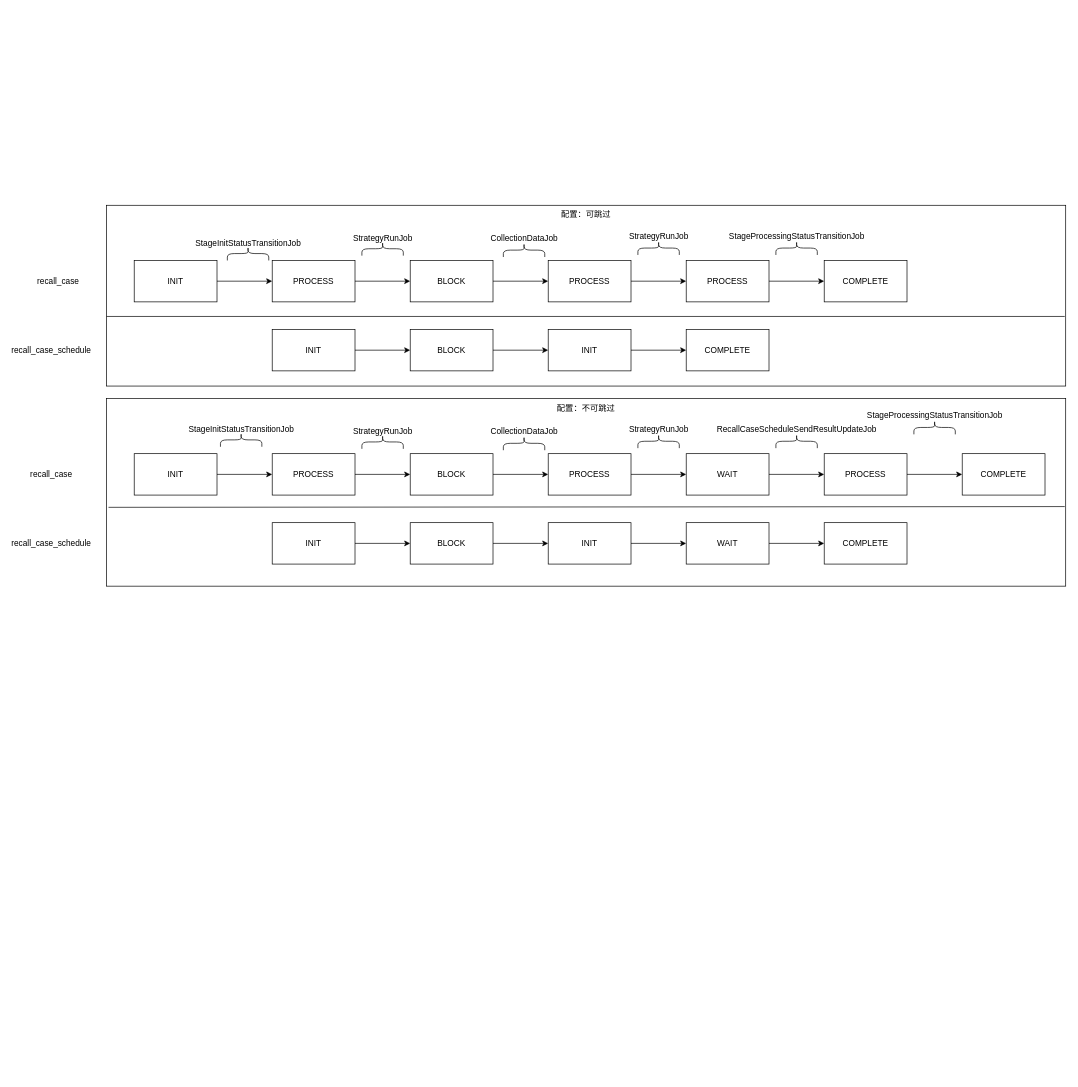
This is page "IVR案件流转-单个content" (4 of 5) of 数据变化图.drawio from ABIN-DS/flowchart, a draw.io file, before an edit. Source tidied: cells renumbered, new cells numbered last; positions are measured from the earlier drawing's top-left corner, leaving out a move shared by most shapes. Both pictures are drawn from the tidied source at 69%, with x=0, y=0 at pixel (30, 205).
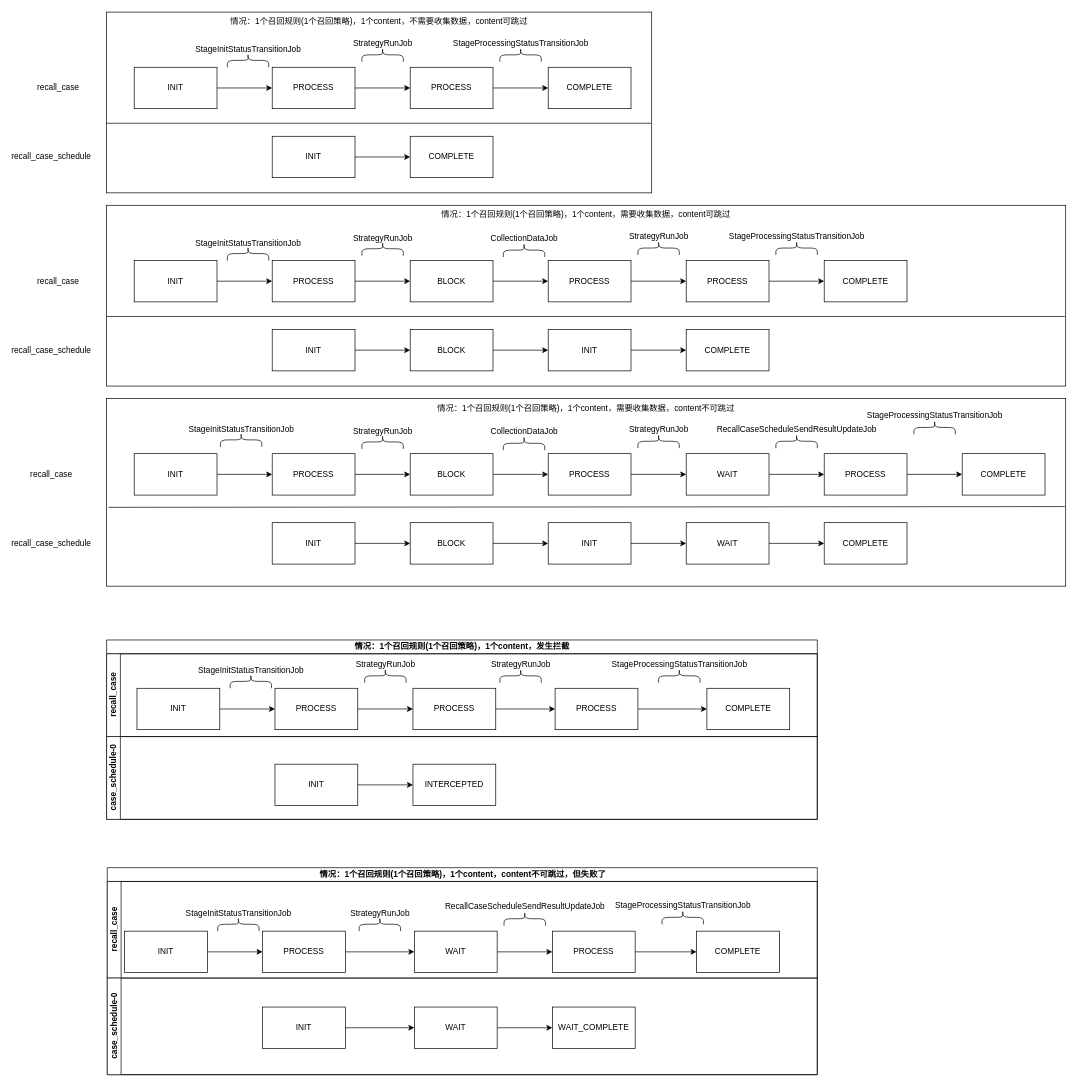
After the change.

Commit message:
更新数据变化图.drawio

The edit, as a diff of the source:
```diff
@@
-    <mxCell id="2" value="配置：不可跳过" style="rounded=0;whiteSpace=wrap;html=1;verticalAlign=top;" parent="1" vertex="1">
+    <mxCell id="2" value="情况：1个召回规则(1个召回策略)，1个content，需要收集数据，content不可跳过" style="rounded=0;whiteSpace=wrap;html=1;verticalAlign=top;" parent="1" vertex="1">
       <mxGeometry x="110" y="280" width="1390" height="272" as="geometry" />
     </mxCell>
-    <mxCell id="3" value="配置：可跳过" style="rounded=0;whiteSpace=wrap;html=1;verticalAlign=top;" parent="1" vertex="1">
+    <mxCell id="3" value="情况：1个召回规则(1个召回策略)，1个content，需要收集数据，content可跳过" style="rounded=0;whiteSpace=wrap;html=1;verticalAlign=top;" parent="1" vertex="1">
       <mxGeometry x="110" width="1390" height="262" as="geometry" />
     </mxCell>
@@
+    <mxCell id="83" value="情况：1个召回规则(1个召回策略)，1个content，不需要收集数据，content可跳过" style="rounded=0;whiteSpace=wrap;html=1;verticalAlign=top;" parent="1" vertex="1">
+      <mxGeometry x="110" y="-280" width="790" height="262" as="geometry" />
+    </mxCell>
+    <mxCell id="84" value="PROCESS" style="rounded=0;whiteSpace=wrap;html=1;" parent="1" vertex="1">
+      <mxGeometry x="350" y="-200" width="120" height="60" as="geometry" />
+    </mxCell>
+    <mxCell id="85" style="edgeStyle=orthogonalEdgeStyle;rounded=0;jettySize=auto;html=1;entryX=0;entryY=0.5;entryDx=0;entryDy=0;" parent="1" edge="1" source="86" target="88">
+      <mxGeometry relative="1" as="geometry" />
+    </mxCell>
+    <mxCell id="86" value="INIT" style="rounded=0;whiteSpace=wrap;html=1;" parent="1" vertex="1">
+      <mxGeometry x="350" y="-100" width="120" height="60" as="geometry" />
+    </mxCell>
+    <mxCell id="87" style="edgeStyle=orthogonalEdgeStyle;rounded=0;jettySize=auto;html=1;" parent="1" edge="1" source="84" target="90">
+      <mxGeometry relative="1" as="geometry" />
+    </mxCell>
+    <mxCell id="88" value="COMPLETE" style="rounded=0;whiteSpace=wrap;html=1;" parent="1" vertex="1">
+      <mxGeometry x="550" y="-100" width="120" height="60" as="geometry" />
+    </mxCell>
+    <mxCell id="89" style="edgeStyle=orthogonalEdgeStyle;rounded=0;jettySize=auto;html=1;entryX=0;entryY=0.5;entryDx=0;entryDy=0;" parent="1" edge="1" source="90" target="102">
+      <mxGeometry relative="1" as="geometry" />
+    </mxCell>
+    <mxCell id="90" value="PROCESS" style="rounded=0;whiteSpace=wrap;html=1;" parent="1" vertex="1">
+      <mxGeometry x="550" y="-200" width="120" height="60" as="geometry" />
+    </mxCell>
+    <mxCell id="91" style="endArrow=none;html=1;rounded=0;entryX=0.999;entryY=0.615;entryDx=0;entryDy=0;entryPerimeter=0;exitX=0;exitY=0.615;exitDx=0;exitDy=0;exitPerimeter=0;" parent="1" edge="1" source="83" target="83">
+      <mxGeometry relative="1" as="geometry" />
+    </mxCell>
+    <mxCell id="92" value="recall_case" style="text;html=1;strokeColor=none;fillColor=none;align=center;verticalAlign=middle;whiteSpace=wrap;rounded=0;" parent="1" vertex="1">
+      <mxGeometry x="10" y="-185" width="60" height="30" as="geometry" />
+    </mxCell>
+    <mxCell id="93" value="recall_case_schedule" style="text;html=1;strokeColor=none;fillColor=none;align=center;verticalAlign=middle;whiteSpace=wrap;rounded=0;" parent="1" vertex="1">
+      <mxGeometry y="-85" width="60" height="30" as="geometry" />
+    </mxCell>
+    <mxCell id="94" style="group;" parent="1" vertex="1">
+      <mxGeometry x="450" y="-250" width="120" height="42" as="geometry" />
+    </mxCell>
+    <mxCell id="95" style="shape=curlyBracket;whiteSpace=wrap;html=1;rounded=1;labelPosition=left;verticalLabelPosition=middle;align=right;verticalAlign=middle;rotation=90;" parent="94" vertex="1">
+      <mxGeometry x="50" y="2" width="20" height="60" as="geometry" />
+    </mxCell>
+    <mxCell id="96" value="StrategyRunJob" style="text;html=1;align=center;verticalAlign=middle;strokeColor=none;fillColor=none;" parent="94" vertex="1">
+      <mxGeometry x="5" width="110" height="30" as="geometry" />
+    </mxCell>
+    <mxCell id="97" style="edgeStyle=orthogonalEdgeStyle;rounded=0;jettySize=auto;html=1;entryX=0;entryY=0.5;entryDx=0;entryDy=0;" parent="1" edge="1" source="98" target="84">
+      <mxGeometry relative="1" as="geometry" />
+    </mxCell>
+    <mxCell id="98" value="INIT" style="rounded=0;whiteSpace=wrap;html=1;" parent="1" vertex="1">
+      <mxGeometry x="150" y="-200" width="120" height="60" as="geometry" />
+    </mxCell>
+    <mxCell id="99" style="group;" parent="1" vertex="1">
+      <mxGeometry x="260" y="-240" width="145" height="40" as="geometry" />
+    </mxCell>
+    <mxCell id="100" style="shape=curlyBracket;whiteSpace=wrap;html=1;rounded=1;labelPosition=left;verticalLabelPosition=middle;align=right;verticalAlign=middle;rotation=90;" parent="99" vertex="1">
+      <mxGeometry x="45" width="20" height="60" as="geometry" />
+    </mxCell>
+    <mxCell id="101" value="StageInitStatusTransitionJob" style="text;html=1;align=center;verticalAlign=middle;strokeColor=none;fillColor=none;" parent="99" vertex="1">
+      <mxGeometry x="-35" width="180" height="30" as="geometry" />
+    </mxCell>
+    <mxCell id="102" value="COMPLETE" style="rounded=0;whiteSpace=wrap;html=1;" parent="1" vertex="1">
+      <mxGeometry x="750" y="-200" width="120" height="60" as="geometry" />
+    </mxCell>
+    <mxCell id="103" style="group;" parent="1" vertex="1">
+      <mxGeometry x="650" y="-250" width="170" height="42" as="geometry" />
+    </mxCell>
+    <mxCell id="104" style="shape=curlyBracket;whiteSpace=wrap;html=1;rounded=1;labelPosition=left;verticalLabelPosition=middle;align=right;verticalAlign=middle;rotation=90;" parent="103" vertex="1">
+      <mxGeometry x="50" y="2" width="20" height="60" as="geometry" />
+    </mxCell>
+    <mxCell id="105" value="StageProcessingStatusTransitionJob" style="text;html=1;align=center;verticalAlign=middle;strokeColor=none;fillColor=none;" parent="103" vertex="1">
+      <mxGeometry x="-50" width="220" height="30" as="geometry" />
+    </mxCell>
+    <mxCell id="106" value="情况：1个召回规则(1个召回策略)，1个content，发生拦截" style="swimlane;horizontal=1;startSize=20;html=1;" parent="1" vertex="1">
+      <mxGeometry x="110" y="630" width="1030" height="260" as="geometry" />
+    </mxCell>
+    <mxCell id="107" value="recall_case" style="swimlane;startSize=20;horizontal=0;html=1;" parent="106" vertex="1">
+      <mxGeometry y="20" width="1030" height="120" as="geometry" />
+    </mxCell>
+    <mxCell id="108" value="PROCESS" style="rounded=0;whiteSpace=wrap;html=1;" parent="107" vertex="1">
+      <mxGeometry x="244" y="50" width="120" height="60" as="geometry" />
+    </mxCell>
+    <mxCell id="109" style="edgeStyle=orthogonalEdgeStyle;rounded=0;jettySize=auto;html=1;" parent="107" edge="1" source="108" target="111">
+      <mxGeometry relative="1" as="geometry" />
+    </mxCell>
+    <mxCell id="110" style="edgeStyle=orthogonalEdgeStyle;rounded=0;jettySize=auto;html=1;" parent="107" edge="1" source="111" target="121">
+      <mxGeometry relative="1" as="geometry" />
+    </mxCell>
+    <mxCell id="111" value="PROCESS" style="rounded=0;whiteSpace=wrap;html=1;" parent="107" vertex="1">
+      <mxGeometry x="444" y="50" width="120" height="60" as="geometry" />
+    </mxCell>
+    <mxCell id="112" style="group;" parent="107" vertex="1">
+      <mxGeometry x="344" width="120" height="42" as="geometry" />
+    </mxCell>
+    <mxCell id="113" style="shape=curlyBracket;whiteSpace=wrap;html=1;rounded=1;labelPosition=left;verticalLabelPosition=middle;align=right;verticalAlign=middle;rotation=90;" parent="112" vertex="1">
+      <mxGeometry x="50" y="2" width="20" height="60" as="geometry" />
+    </mxCell>
+    <mxCell id="114" value="StrategyRunJob" style="text;html=1;align=center;verticalAlign=middle;strokeColor=none;fillColor=none;" parent="112" vertex="1">
+      <mxGeometry x="5" width="110" height="30" as="geometry" />
+    </mxCell>
+    <mxCell id="115" style="edgeStyle=orthogonalEdgeStyle;rounded=0;jettySize=auto;html=1;entryX=0;entryY=0.5;entryDx=0;entryDy=0;" parent="107" edge="1" source="116" target="108">
+      <mxGeometry relative="1" as="geometry" />
+    </mxCell>
+    <mxCell id="116" value="INIT" style="rounded=0;whiteSpace=wrap;html=1;" parent="107" vertex="1">
+      <mxGeometry x="44" y="50" width="120" height="60" as="geometry" />
+    </mxCell>
+    <mxCell id="117" style="group;" parent="107" vertex="1">
+      <mxGeometry x="154" y="10" width="145" height="40" as="geometry" />
+    </mxCell>
+    <mxCell id="118" style="shape=curlyBracket;whiteSpace=wrap;html=1;rounded=1;labelPosition=left;verticalLabelPosition=middle;align=right;verticalAlign=middle;rotation=90;" parent="117" vertex="1">
+      <mxGeometry x="45" width="20" height="60" as="geometry" />
+    </mxCell>
+    <mxCell id="119" value="StageInitStatusTransitionJob" style="text;html=1;align=center;verticalAlign=middle;strokeColor=none;fillColor=none;" parent="117" vertex="1">
+      <mxGeometry x="-35" width="180" height="30" as="geometry" />
+    </mxCell>
+    <mxCell id="120" style="edgeStyle=orthogonalEdgeStyle;rounded=0;jettySize=auto;html=1;entryX=0;entryY=0.5;entryDx=0;entryDy=0;" parent="107" edge="1" source="121" target="125">
+      <mxGeometry relative="1" as="geometry" />
+    </mxCell>
+    <mxCell id="121" value="PROCESS" style="rounded=0;whiteSpace=wrap;html=1;" parent="107" vertex="1">
+      <mxGeometry x="650" y="50" width="120" height="60" as="geometry" />
+    </mxCell>
+    <mxCell id="122" style="group;" parent="107" vertex="1">
+      <mxGeometry x="540" width="120" height="42" as="geometry" />
+    </mxCell>
+    <mxCell id="123" style="shape=curlyBracket;whiteSpace=wrap;html=1;rounded=1;labelPosition=left;verticalLabelPosition=middle;align=right;verticalAlign=middle;rotation=90;" parent="122" vertex="1">
+      <mxGeometry x="50" y="2" width="20" height="60" as="geometry" />
+    </mxCell>
+    <mxCell id="124" value="StrategyRunJob" style="text;html=1;align=center;verticalAlign=middle;strokeColor=none;fillColor=none;" parent="122" vertex="1">
+      <mxGeometry x="5" width="110" height="30" as="geometry" />
+    </mxCell>
+    <mxCell id="125" value="COMPLETE" style="rounded=0;whiteSpace=wrap;html=1;" parent="107" vertex="1">
+      <mxGeometry x="870" y="50" width="120" height="60" as="geometry" />
+    </mxCell>
+    <mxCell id="126" style="group;" parent="107" vertex="1">
+      <mxGeometry x="770" width="170" height="42" as="geometry" />
+    </mxCell>
+    <mxCell id="127" style="shape=curlyBracket;whiteSpace=wrap;html=1;rounded=1;labelPosition=left;verticalLabelPosition=middle;align=right;verticalAlign=middle;rotation=90;" parent="126" vertex="1">
+      <mxGeometry x="50" y="2" width="20" height="60" as="geometry" />
+    </mxCell>
+    <mxCell id="128" value="StageProcessingStatusTransitionJob" style="text;html=1;align=center;verticalAlign=middle;strokeColor=none;fillColor=none;" parent="126" vertex="1">
+      <mxGeometry x="-50" width="220" height="30" as="geometry" />
+    </mxCell>
+    <mxCell id="129" value="case_schedule-0" style="swimlane;startSize=20;horizontal=0;html=1;" parent="106" vertex="1">
+      <mxGeometry y="140" width="1030" height="120" as="geometry" />
+    </mxCell>
+    <mxCell id="130" value="INIT" style="rounded=0;whiteSpace=wrap;html=1;" parent="129" vertex="1">
+      <mxGeometry x="244" y="40" width="120" height="60" as="geometry" />
+    </mxCell>
+    <mxCell id="131" value="INTERCEPTED" style="rounded=0;whiteSpace=wrap;html=1;" parent="129" vertex="1">
+      <mxGeometry x="444" y="40" width="120" height="60" as="geometry" />
+    </mxCell>
+    <mxCell id="132" style="edgeStyle=orthogonalEdgeStyle;rounded=0;jettySize=auto;html=1;entryX=0;entryY=0.5;entryDx=0;entryDy=0;" parent="129" edge="1" source="130" target="131">
+      <mxGeometry relative="1" as="geometry" />
+    </mxCell>
+    <mxCell id="133" value="情况：1个召回规则(1个召回策略)，1个content，content不可跳过，但失败了" style="swimlane;horizontal=1;startSize=20;html=1;" parent="1" vertex="1">
+      <mxGeometry x="111" y="960" width="1029" height="300" as="geometry" />
+    </mxCell>
+    <mxCell id="134" value="recall_case" style="swimlane;startSize=20;horizontal=0;html=1;" parent="133" vertex="1">
+      <mxGeometry y="20" width="1029" height="140" as="geometry" />
+    </mxCell>
+    <mxCell id="135" value="COMPLETE" style="rounded=0;whiteSpace=wrap;html=1;" parent="134" vertex="1">
+      <mxGeometry x="854" y="72" width="120" height="60" as="geometry" />
+    </mxCell>
+    <mxCell id="136" style="group;" parent="134" vertex="1">
+      <mxGeometry x="774" y="20" width="170" height="42" as="geometry" />
+    </mxCell>
+    <mxCell id="137" style="shape=curlyBracket;whiteSpace=wrap;html=1;rounded=1;labelPosition=left;verticalLabelPosition=middle;align=right;verticalAlign=middle;rotation=90;" parent="136" vertex="1">
+      <mxGeometry x="50" y="2" width="20" height="60" as="geometry" />
+    </mxCell>
+    <mxCell id="138" value="StageProcessingStatusTransitionJob" style="text;html=1;align=center;verticalAlign=middle;strokeColor=none;fillColor=none;" parent="136" vertex="1">
+      <mxGeometry x="-50" width="220" height="30" as="geometry" />
+    </mxCell>
+    <mxCell id="139" value="case_schedule-0" style="swimlane;startSize=20;horizontal=0;html=1;" parent="133" vertex="1">
+      <mxGeometry y="160" width="1029" height="140" as="geometry" />
+    </mxCell>
+    <mxCell id="140" value="PROCESS" style="rounded=0;whiteSpace=wrap;html=1;" parent="139" vertex="1">
+      <mxGeometry x="225" y="-68" width="120" height="60" as="geometry" />
+    </mxCell>
+    <mxCell id="141" style="edgeStyle=orthogonalEdgeStyle;rounded=0;jettySize=auto;html=1;entryX=0;entryY=0.5;entryDx=0;entryDy=0;" parent="139" edge="1" source="142" target="140">
+      <mxGeometry relative="1" as="geometry" />
+    </mxCell>
+    <mxCell id="142" value="INIT" style="rounded=0;whiteSpace=wrap;html=1;" parent="139" vertex="1">
+      <mxGeometry x="25" y="-68" width="120" height="60" as="geometry" />
+    </mxCell>
+    <mxCell id="143" style="group;" parent="139" vertex="1">
+      <mxGeometry x="135" y="-108" width="145" height="40" as="geometry" />
+    </mxCell>
+    <mxCell id="144" style="shape=curlyBracket;whiteSpace=wrap;html=1;rounded=1;labelPosition=left;verticalLabelPosition=middle;align=right;verticalAlign=middle;rotation=90;" parent="143" vertex="1">
+      <mxGeometry x="45" width="20" height="60" as="geometry" />
+    </mxCell>
+    <mxCell id="145" value="StageInitStatusTransitionJob" style="text;html=1;align=center;verticalAlign=middle;strokeColor=none;fillColor=none;" parent="143" vertex="1">
+      <mxGeometry x="-35" width="180" height="30" as="geometry" />
+    </mxCell>
+    <mxCell id="146" style="shape=curlyBracket;whiteSpace=wrap;html=1;rounded=1;labelPosition=left;verticalLabelPosition=middle;align=right;verticalAlign=middle;rotation=90;" parent="139" vertex="1">
+      <mxGeometry x="385" y="-108" width="20" height="60" as="geometry" />
+    </mxCell>
+    <mxCell id="147" value="WAIT" style="rounded=0;whiteSpace=wrap;html=1;" parent="139" vertex="1">
+      <mxGeometry x="445" y="-68" width="120" height="60" as="geometry" />
+    </mxCell>
+    <mxCell id="148" style="edgeStyle=orthogonalEdgeStyle;rounded=0;jettySize=auto;html=1;" parent="139" edge="1" source="140" target="147">
+      <mxGeometry relative="1" as="geometry" />
+    </mxCell>
+    <mxCell id="149" style="group;" parent="139" vertex="1">
+      <mxGeometry x="545" y="-118" width="185" height="42" as="geometry" />
+    </mxCell>
+    <mxCell id="150" style="shape=curlyBracket;whiteSpace=wrap;html=1;rounded=1;labelPosition=left;verticalLabelPosition=middle;align=right;verticalAlign=middle;rotation=90;" parent="149" vertex="1">
+      <mxGeometry x="50" y="2" width="20" height="60" as="geometry" />
+    </mxCell>
+    <mxCell id="151" value="RecallCaseScheduleSendResultUpdateJob" style="text;html=1;align=center;verticalAlign=middle;strokeColor=none;fillColor=none;" parent="149" vertex="1">
+      <mxGeometry x="-65" width="250" height="30" as="geometry" />
+    </mxCell>
+    <mxCell id="152" value="PROCESS" style="rounded=0;whiteSpace=wrap;html=1;" parent="139" vertex="1">
+      <mxGeometry x="645" y="-68" width="120" height="60" as="geometry" />
+    </mxCell>
+    <mxCell id="153" style="edgeStyle=orthogonalEdgeStyle;rounded=0;jettySize=auto;html=1;" parent="139" edge="1" source="147" target="152">
+      <mxGeometry relative="1" as="geometry" />
+    </mxCell>
+    <mxCell id="154" value="StrategyRunJob" style="text;html=1;align=center;verticalAlign=middle;strokeColor=none;fillColor=none;" parent="139" vertex="1">
+      <mxGeometry x="340" y="-108" width="110" height="30" as="geometry" />
+    </mxCell>
+    <mxCell id="155" value="INIT" style="rounded=0;whiteSpace=wrap;html=1;" parent="139" vertex="1">
+      <mxGeometry x="225" y="42" width="120" height="60" as="geometry" />
+    </mxCell>
+    <mxCell id="156" style="edgeStyle=orthogonalEdgeStyle;rounded=0;jettySize=auto;html=1;exitX=1;exitY=0.5;exitDx=0;exitDy=0;" parent="139" edge="1" source="155" target="157">
+      <mxGeometry relative="1" as="geometry" />
+    </mxCell>
+    <mxCell id="157" value="WAIT" style="rounded=0;whiteSpace=wrap;html=1;" parent="139" vertex="1">
+      <mxGeometry x="445" y="42" width="120" height="60" as="geometry" />
+    </mxCell>
+    <mxCell id="158" value="WAIT_COMPLETE" style="rounded=0;whiteSpace=wrap;html=1;" parent="139" vertex="1">
+      <mxGeometry x="645" y="42" width="120" height="60" as="geometry" />
+    </mxCell>
+    <mxCell id="159" style="edgeStyle=orthogonalEdgeStyle;rounded=0;jettySize=auto;html=1;" parent="139" edge="1" source="157" target="158">
+      <mxGeometry relative="1" as="geometry" />
+    </mxCell>
+    <mxCell id="160" style="edgeStyle=orthogonalEdgeStyle;rounded=0;jettySize=auto;html=1;entryX=0;entryY=0.5;entryDx=0;entryDy=0;exitX=1;exitY=0.5;exitDx=0;exitDy=0;" parent="133" edge="1" source="152" target="135">
+      <mxGeometry relative="1" as="geometry" />
+    </mxCell>
```
